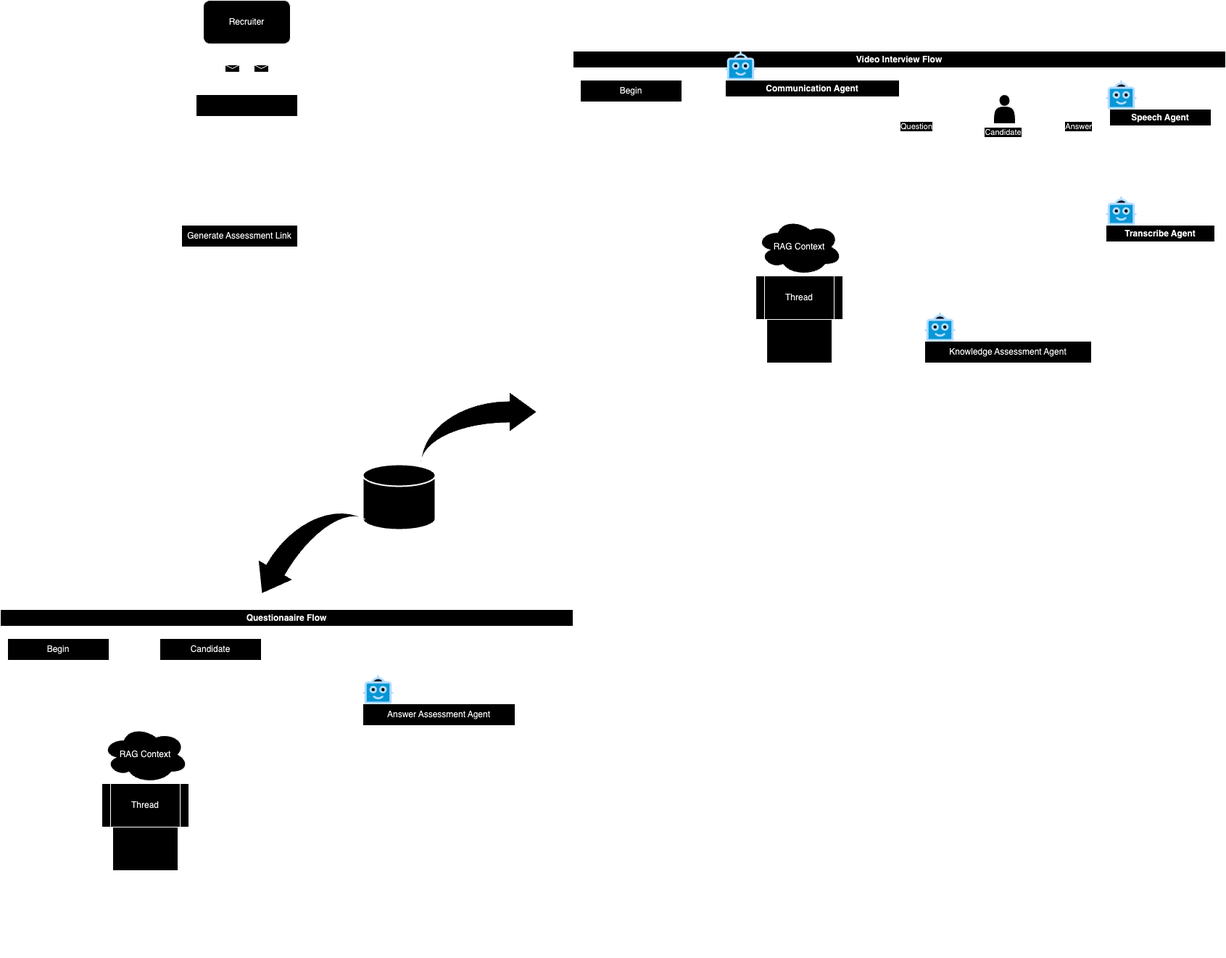
Earlier version of the draw.io export diagrams/assessment_flow.drawio.png (0xjuju/Adaptify-Talent). Source tidied: cells renumbered, new cells last; positions are measured from the earlier drawing's top-left corner, leaving out a move shared by most shapes.
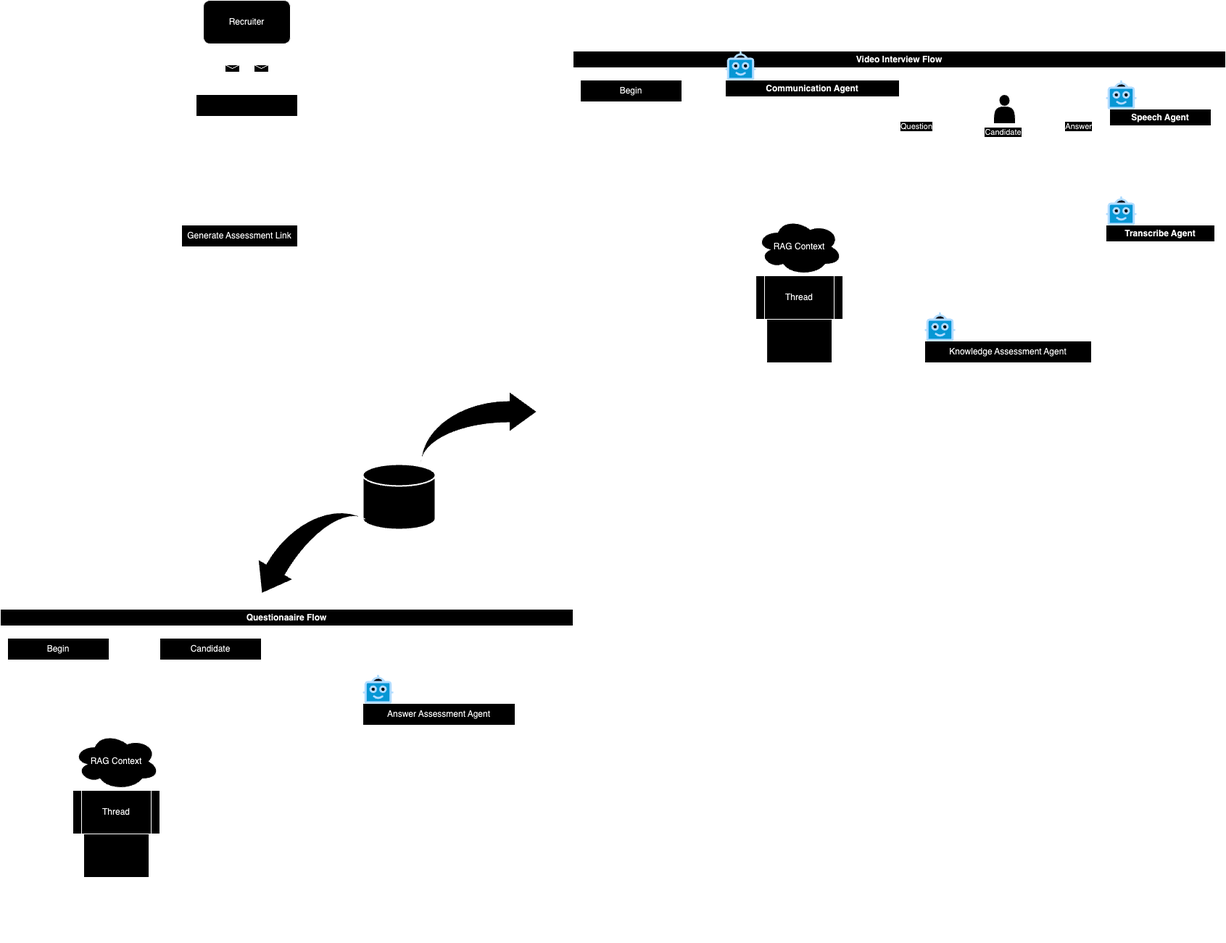
After the change.

Commit message:
refactor connections for clarity

Change to the diagram source:
```diff
@@ -239,28 +239,37 @@
       <mxGeometry x="580" y="60" width="30" height="40" as="geometry" />
     </mxCell>
     <mxCell id="61" value="Questionaaire Flow" style="swimlane;whiteSpace=wrap;html=1;" parent="1" vertex="1">
-      <mxGeometry y="840" width="790" height="480" as="geometry" />
+      <mxGeometry y="840" width="790" height="460" as="geometry" />
     </mxCell>
     <mxCell id="62" style="edgeStyle=orthogonalEdgeStyle;rounded=0;jettySize=auto;html=1;entryX=0;entryY=0.5;entryDx=0;entryDy=0;" parent="61" edge="1" source="63" target="75">
       <mxGeometry relative="1" as="geometry">
         <Array as="points">
-          <mxPoint x="290" y="200" />
-          <mxPoint x="290" y="365" />
+          <mxPoint x="250" y="200" />
+          <mxPoint x="250" y="365" />
         </Array>
       </mxGeometry>
     </mxCell>
     <mxCell id="63" value="RAG Context" style="ellipse;shape=cloud;whiteSpace=wrap;html=1;" parent="61" vertex="1">
-      <mxGeometry x="140" y="160" width="120" height="80" as="geometry" />
+      <mxGeometry x="100" y="170" width="120" height="80" as="geometry" />
     </mxCell>
     <mxCell id="64" value="Thread" style="shape=process;whiteSpace=wrap;html=1;backgroundOutline=1;" parent="61" vertex="1">
-      <mxGeometry x="140" y="240" width="120" height="60" as="geometry" />
+      <mxGeometry x="100" y="250" width="120" height="60" as="geometry" />
     </mxCell>
     <mxCell id="65" style="rounded=0;whiteSpace=wrap;html=1;" parent="61" vertex="1">
-      <mxGeometry x="155" y="300" width="90" height="60" as="geometry" />
+      <mxGeometry x="115" y="310" width="90" height="60" as="geometry" />
     </mxCell>
     <mxCell id="66" value="Begin" style="swimlane;fontStyle=0;horizontal=1;startSize=30;whiteSpace=wrap;html=1;" parent="61" vertex="1">
       <mxGeometry x="10" y="40" width="140" height="100" as="geometry" />
     </mxCell>
+    <mxCell id="84" style="edgeStyle=orthogonalEdgeStyle;rounded=0;jettySize=auto;html=1;" parent="66" edge="1" source="67">
+      <mxGeometry relative="1" as="geometry">
+        <mxPoint x="200" y="50" as="targetPoint" />
+        <Array as="points">
+          <mxPoint x="160" y="50" />
+          <mxPoint x="160" y="50" />
+        </Array>
+      </mxGeometry>
+    </mxCell>
     <mxCell id="67" value="Video start &amp;gt; Relevant trees added to context &amp;gt; Initial wave of questions asked" style="text;strokeColor=none;fillColor=none;align=left;verticalAlign=middle;spacingLeft=4;spacingRight=4;overflow=hidden;points=[[0,0.5],[1,0.5]];portConstraint=eastwest;whiteSpace=wrap;html=1;" parent="66" vertex="1">
       <mxGeometry y="30" width="140" height="70" as="geometry" />
     </mxCell>
```
